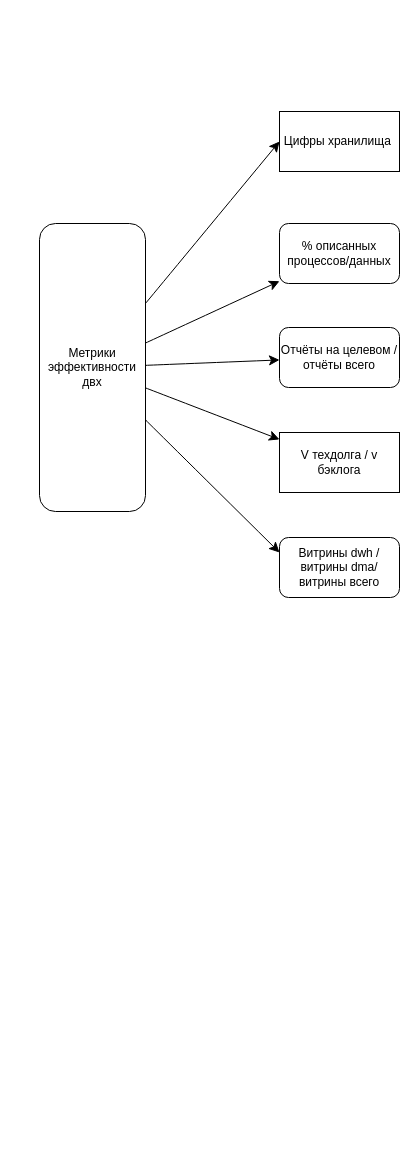
Before: Data_draft.drawio in akuksov/DRAW_IO, a draw.io diagram. Source tidied: cells renumbered, new cells numbered last; positions are measured from the earlier drawing's top-left corner, leaving out a move shared by most shapes. Both pictures are drawn from the tidied source at 100%, with x=0, y=0 at pixel (39, 111).
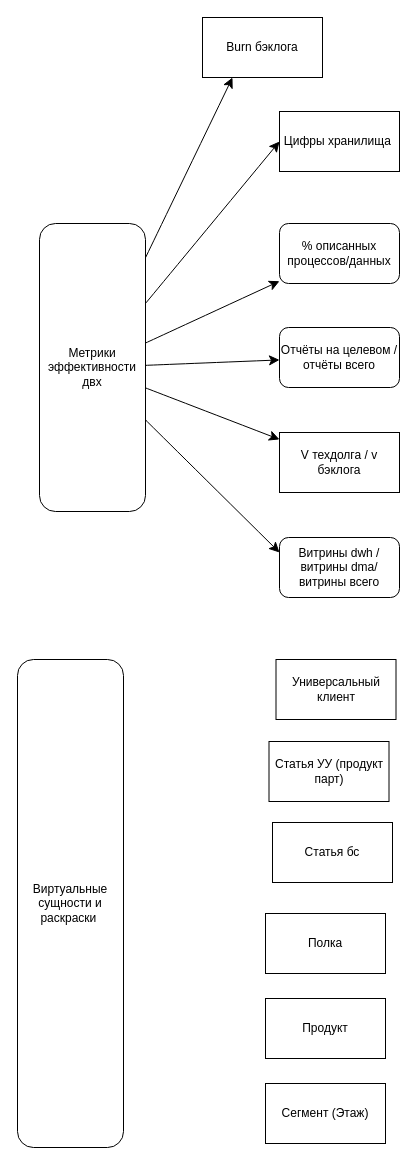
Above is the later version.

The change refers to these unchanged cells:
```xml
<mxCell id="7" value="Метрики эффективности двх" style="rounded=1;whiteSpace=wrap;html=1;" parent="1" vertex="1">
  <mxGeometry y="112" width="106" height="288" as="geometry" />
</mxCell>
```

What changed in the source:
```diff
@@
+    <mxCell id="14" style="edgeStyle=none;curved=1;rounded=0;jettySize=auto;html=1;entryX=0.25;entryY=1;entryDx=0;entryDy=0;fontSize=12;startSize=8;endSize=8;" parent="1" edge="1" source="7" target="22">
+      <mxGeometry relative="1" as="geometry" />
+    </mxCell>
@@
+    <mxCell id="15" value="Виртуальные сущности и раскраски&amp;nbsp;" style="rounded=1;whiteSpace=wrap;html=1;" parent="1" vertex="1">
+      <mxGeometry x="-22" y="548" width="106" height="488" as="geometry" />
+    </mxCell>
+    <mxCell id="16" value="Универсальный клиент" style="whiteSpace=wrap;html=1;" parent="1" vertex="1">
+      <mxGeometry x="236.5" y="548" width="120" height="60" as="geometry" />
+    </mxCell>
+    <mxCell id="17" value="Статья бс" style="whiteSpace=wrap;html=1;" parent="1" vertex="1">
+      <mxGeometry x="233" y="711" width="120" height="60" as="geometry" />
+    </mxCell>
+    <mxCell id="18" value="Полка" style="whiteSpace=wrap;html=1;" parent="1" vertex="1">
+      <mxGeometry x="226" y="802" width="120" height="60" as="geometry" />
+    </mxCell>
+    <mxCell id="19" value="Продукт" style="whiteSpace=wrap;html=1;" parent="1" vertex="1">
+      <mxGeometry x="226" y="887" width="120" height="60" as="geometry" />
+    </mxCell>
+    <mxCell id="20" value="Статья УУ (продукт парт)" style="whiteSpace=wrap;html=1;" parent="1" vertex="1">
+      <mxGeometry x="229.5" y="630" width="120" height="60" as="geometry" />
+    </mxCell>
+    <mxCell id="21" value="Сегмент (Этаж)" style="whiteSpace=wrap;html=1;" parent="1" vertex="1">
+      <mxGeometry x="226" y="972" width="120" height="60" as="geometry" />
+    </mxCell>
+    <mxCell id="22" value="Burn бэклога" style="whiteSpace=wrap;html=1;" parent="1" vertex="1">
+      <mxGeometry x="163" y="-94" width="120" height="60" as="geometry" />
+    </mxCell>
```
